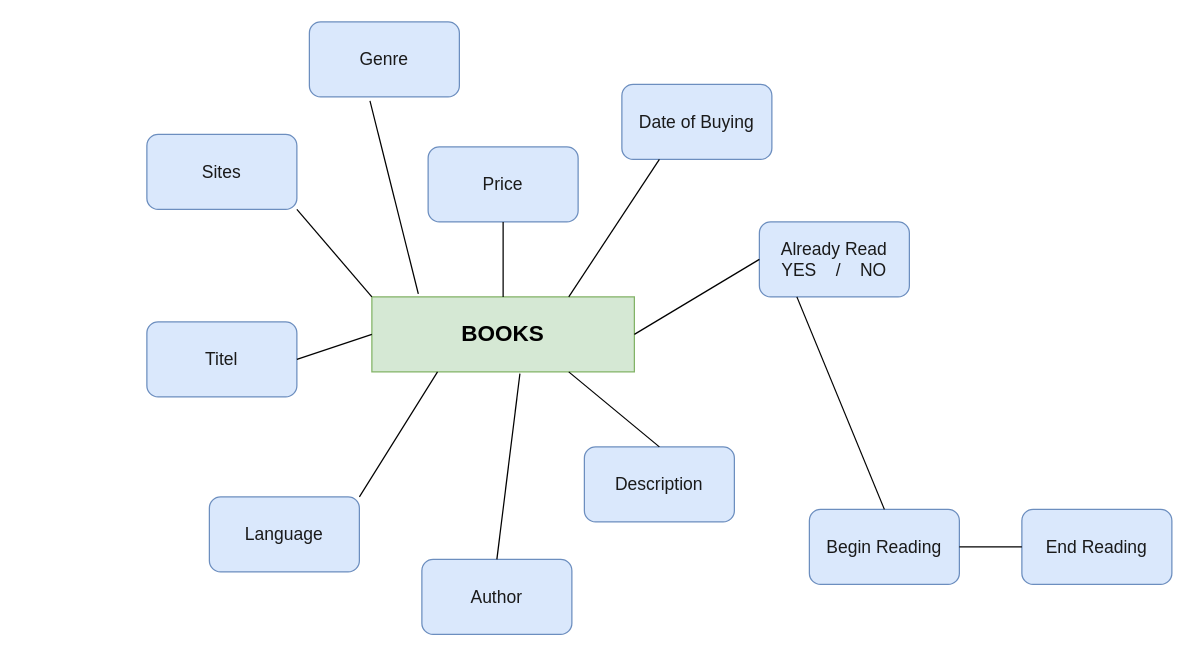
Above: page "Page-2" (2 of 3) of Home_Library.drawio in Queeen520/DATABASE_PLANNING (draw.io), before the change. Source tidied: cells renumbered, new cells numbered last; positions are measured from the earlier drawing's top-left corner, leaving out a move shared by most shapes. Both pictures are drawn from the tidied source at 125%, with x=0, y=0 at pixel (146, 21).
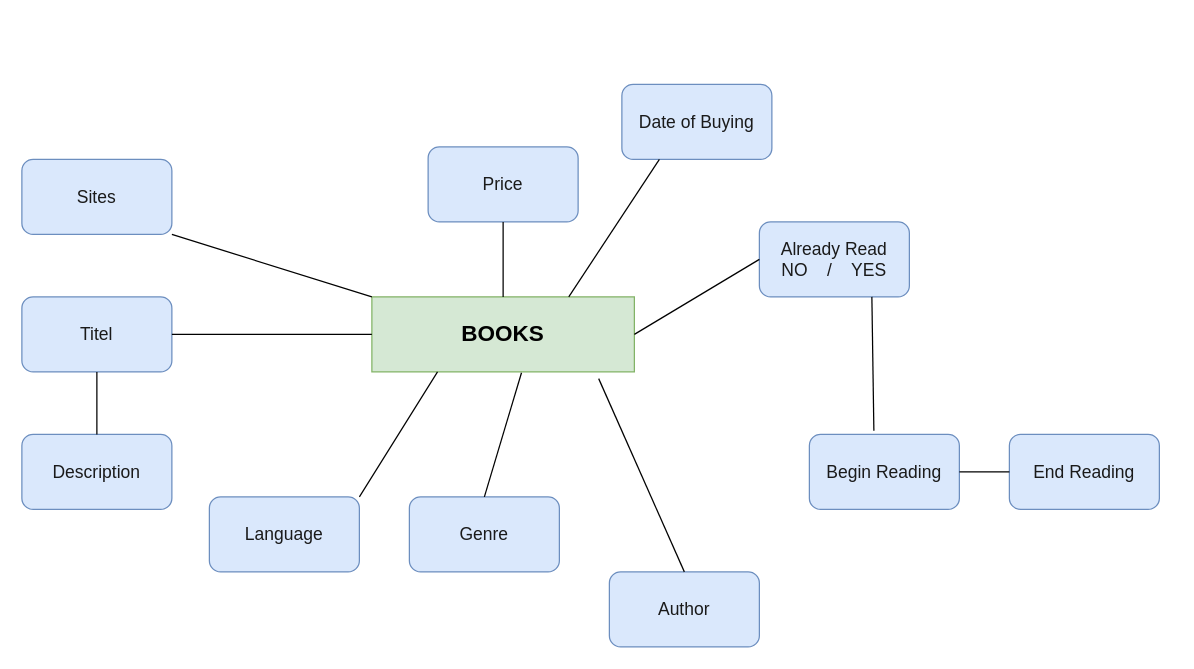
The same diagram, later.

Unchanged cells that the change refers to:
```xml
<mxCell id="7" value="&lt;font color=&quot;#000000&quot; style=&quot;font-size: 18px&quot;&gt;&lt;b&gt;BOOKS&lt;/b&gt;&lt;/font&gt;" style="rounded=0;whiteSpace=wrap;html=1;fontSize=14;fillColor=#d5e8d4;strokeColor=#82b366;" parent="1" vertex="1">
  <mxGeometry x="180" y="220" width="210" height="60" as="geometry" />
</mxCell>
```

The edit, as a diff of the source:
```diff
@@
     <mxCell id="2" value="&lt;font color=&quot;#1a1a1a&quot; style=&quot;font-size: 14px&quot;&gt;Titel&lt;/font&gt;" style="rounded=1;whiteSpace=wrap;html=1;fontSize=12;fillColor=#dae8fc;strokeColor=#6c8ebf;" parent="1" vertex="1">
-      <mxGeometry y="240" width="120" height="60" as="geometry" />
+      <mxGeometry x="-100" y="220" width="120" height="60" as="geometry" />
     </mxCell>
     <mxCell id="3" value="&lt;font color=&quot;#1a1a1a&quot; style=&quot;font-size: 14px&quot;&gt;Genre&lt;/font&gt;" style="rounded=1;whiteSpace=wrap;html=1;fontSize=12;fillColor=#dae8fc;strokeColor=#6c8ebf;" parent="1" vertex="1">
-      <mxGeometry x="130" width="120" height="60" as="geometry" />
+      <mxGeometry x="210" y="380" width="120" height="60" as="geometry" />
     </mxCell>
     <mxCell id="4" value="&lt;font color=&quot;#1a1a1a&quot; style=&quot;font-size: 14px&quot;&gt;Sites&lt;/font&gt;" style="rounded=1;whiteSpace=wrap;html=1;fontSize=12;fillColor=#dae8fc;strokeColor=#6c8ebf;" parent="1" vertex="1">
-      <mxGeometry y="90" width="120" height="60" as="geometry" />
+      <mxGeometry x="-100" y="110" width="120" height="60" as="geometry" />
     </mxCell>
@@
     <mxCell id="6" value="&lt;font color=&quot;#1a1a1a&quot; style=&quot;font-size: 14px&quot;&gt;Author&lt;/font&gt;" style="rounded=1;whiteSpace=wrap;html=1;fontSize=12;fillColor=#dae8fc;strokeColor=#6c8ebf;" parent="1" vertex="1">
-      <mxGeometry x="220" y="430" width="120" height="60" as="geometry" />
+      <mxGeometry x="370" y="440" width="120" height="60" as="geometry" />
     </mxCell>
@@
-    <mxCell id="9" value="&lt;font color=&quot;#1a1a1a&quot; style=&quot;font-size: 14px&quot;&gt;Already Read&lt;br&gt;YES&amp;nbsp; &amp;nbsp; /&amp;nbsp; &amp;nbsp; NO&lt;br&gt;&lt;/font&gt;" style="rounded=1;whiteSpace=wrap;html=1;fontSize=12;fillColor=#dae8fc;strokeColor=#6c8ebf;" parent="1" vertex="1">
+    <mxCell id="9" value="&lt;font color=&quot;#1a1a1a&quot; style=&quot;font-size: 14px&quot;&gt;Already Read&lt;br&gt;NO&amp;nbsp; &amp;nbsp; /&amp;nbsp; &amp;nbsp; YES&lt;br&gt;&lt;/font&gt;" style="rounded=1;whiteSpace=wrap;html=1;fontSize=12;fillColor=#dae8fc;strokeColor=#6c8ebf;" parent="1" vertex="1">
       <mxGeometry x="490" y="160" width="120" height="60" as="geometry" />
     </mxCell>
     <mxCell id="10" value="&lt;font color=&quot;#1a1a1a&quot; style=&quot;font-size: 14px&quot;&gt;Begin Reading&lt;/font&gt;" style="rounded=1;whiteSpace=wrap;html=1;fontSize=12;fillColor=#dae8fc;strokeColor=#6c8ebf;" parent="1" vertex="1">
-      <mxGeometry x="530" y="390" width="120" height="60" as="geometry" />
+      <mxGeometry x="530" y="330" width="120" height="60" as="geometry" />
     </mxCell>
     <mxCell id="11" value="&lt;font color=&quot;#1a1a1a&quot; style=&quot;font-size: 14px&quot;&gt;End Reading&lt;/font&gt;" style="rounded=1;whiteSpace=wrap;html=1;fontSize=12;fillColor=#dae8fc;strokeColor=#6c8ebf;" parent="1" vertex="1">
-      <mxGeometry x="700" y="390" width="120" height="60" as="geometry" />
+      <mxGeometry x="690" y="330" width="120" height="60" as="geometry" />
     </mxCell>
@@
     <mxCell id="13" value="&lt;font color=&quot;#1a1a1a&quot; style=&quot;font-size: 14px&quot;&gt;Description&lt;/font&gt;" style="rounded=1;whiteSpace=wrap;html=1;fontSize=12;fillColor=#dae8fc;strokeColor=#6c8ebf;" parent="1" vertex="1">
-      <mxGeometry x="350" y="340" width="120" height="60" as="geometry" />
+      <mxGeometry x="-100" y="330" width="120" height="60" as="geometry" />
     </mxCell>
-    <mxCell id="14" style="endArrow=none;html=1;fontSize=18;fontColor=#000000;entryX=0.75;entryY=1;entryDx=0;entryDy=0;exitX=0.5;exitY=0;exitDx=0;exitDy=0;" parent="1" edge="1" source="13" target="7">
-      <mxGeometry relative="1" as="geometry" />
-    </mxCell>
-    <mxCell id="15" style="endArrow=none;html=1;fontSize=18;fontColor=#000000;exitX=0.5;exitY=0;exitDx=0;exitDy=0;entryX=0.564;entryY=1.023;entryDx=0;entryDy=0;entryPerimeter=0;" parent="1" edge="1" source="6" target="7">
-      <mxGeometry relative="1" as="geometry" />
-    </mxCell>
@@
-    <mxCell id="20" style="endArrow=none;html=1;fontSize=18;fontColor=#000000;entryX=0.177;entryY=-0.039;entryDx=0;entryDy=0;entryPerimeter=0;exitX=0.404;exitY=1.053;exitDx=0;exitDy=0;exitPerimeter=0;" parent="1" edge="1" source="3" target="7">
-      <mxGeometry relative="1" as="geometry" />
-    </mxCell>
@@
-    <mxCell id="23" style="endArrow=none;html=1;fontSize=18;fontColor=#000000;exitX=0.5;exitY=0;exitDx=0;exitDy=0;entryX=0.25;entryY=1;entryDx=0;entryDy=0;" parent="1" edge="1" source="10" target="9">
+    <mxCell id="23" style="endArrow=none;html=1;fontSize=18;fontColor=#000000;exitX=0.43;exitY=-0.049;exitDx=0;exitDy=0;entryX=0.75;entryY=1;entryDx=0;entryDy=0;exitPerimeter=0;" parent="1" edge="1" source="10" target="9">
       <mxGeometry relative="1" as="geometry" />
     </mxCell>
@@
+    <mxCell id="25" style="endArrow=none;html=1;fontSize=18;fontColor=#000000;entryX=0.5;entryY=1;entryDx=0;entryDy=0;exitX=0.5;exitY=0;exitDx=0;exitDy=0;" parent="1" edge="1" source="13" target="2">
+      <mxGeometry relative="1" as="geometry" />
+    </mxCell>
+    <mxCell id="20" style="endArrow=none;html=1;fontSize=18;fontColor=#000000;entryX=0.57;entryY=1.011;entryDx=0;entryDy=0;entryPerimeter=0;exitX=0.5;exitY=0;exitDx=0;exitDy=0;" parent="1" edge="1" source="3" target="7">
+      <mxGeometry relative="1" as="geometry" />
+    </mxCell>
+    <mxCell id="15" style="endArrow=none;html=1;fontSize=18;fontColor=#000000;entryX=0.864;entryY=1.09;entryDx=0;entryDy=0;entryPerimeter=0;exitX=0.5;exitY=0;exitDx=0;exitDy=0;" parent="1" edge="1" source="6" target="7">
+      <mxGeometry relative="1" as="geometry" />
+    </mxCell>
```
